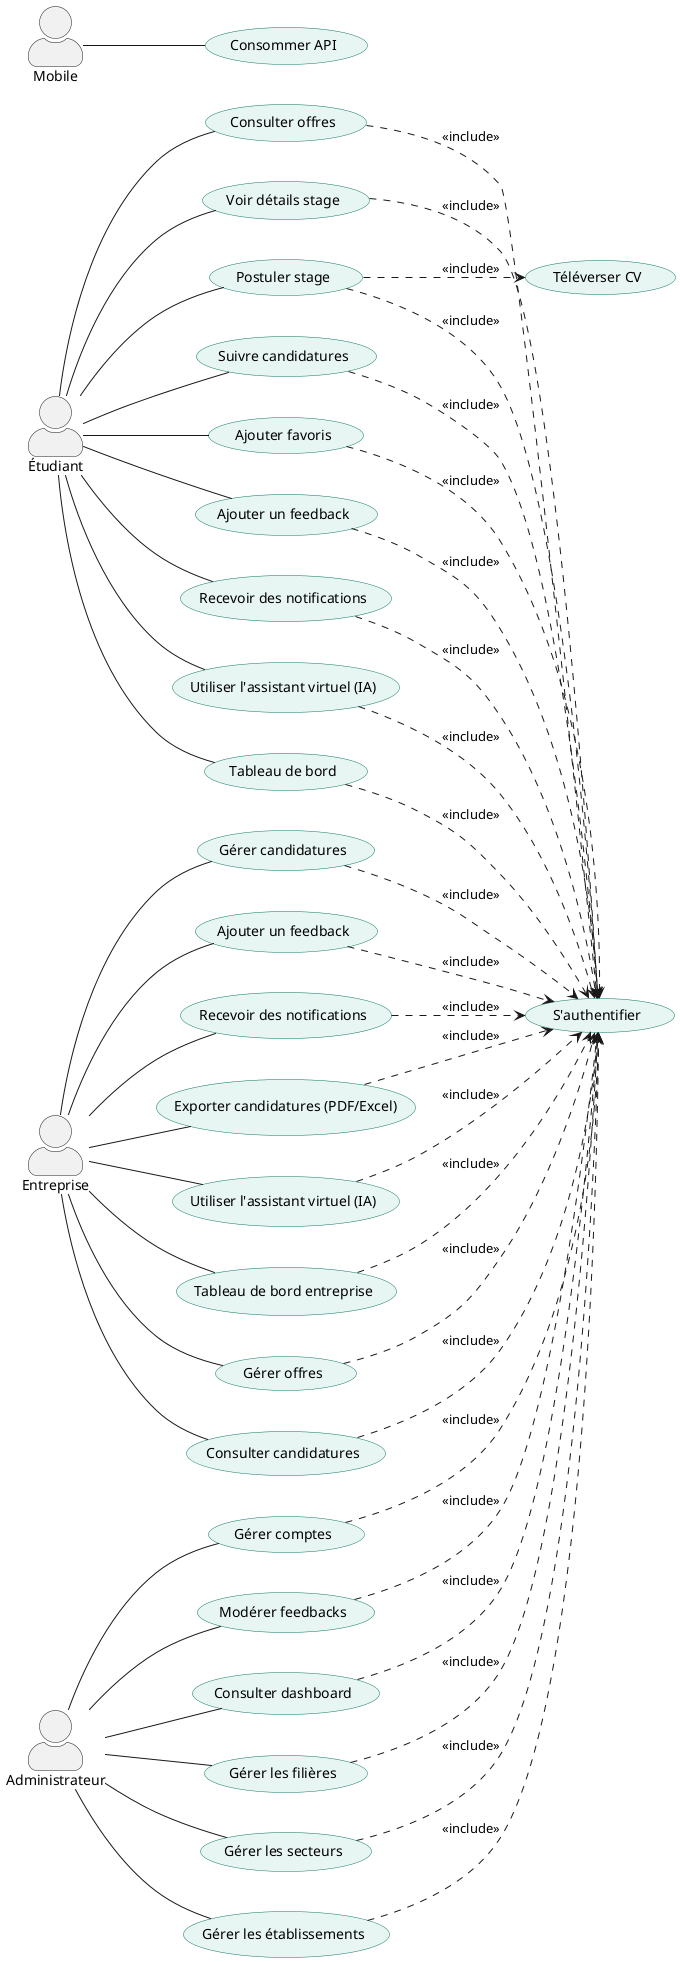
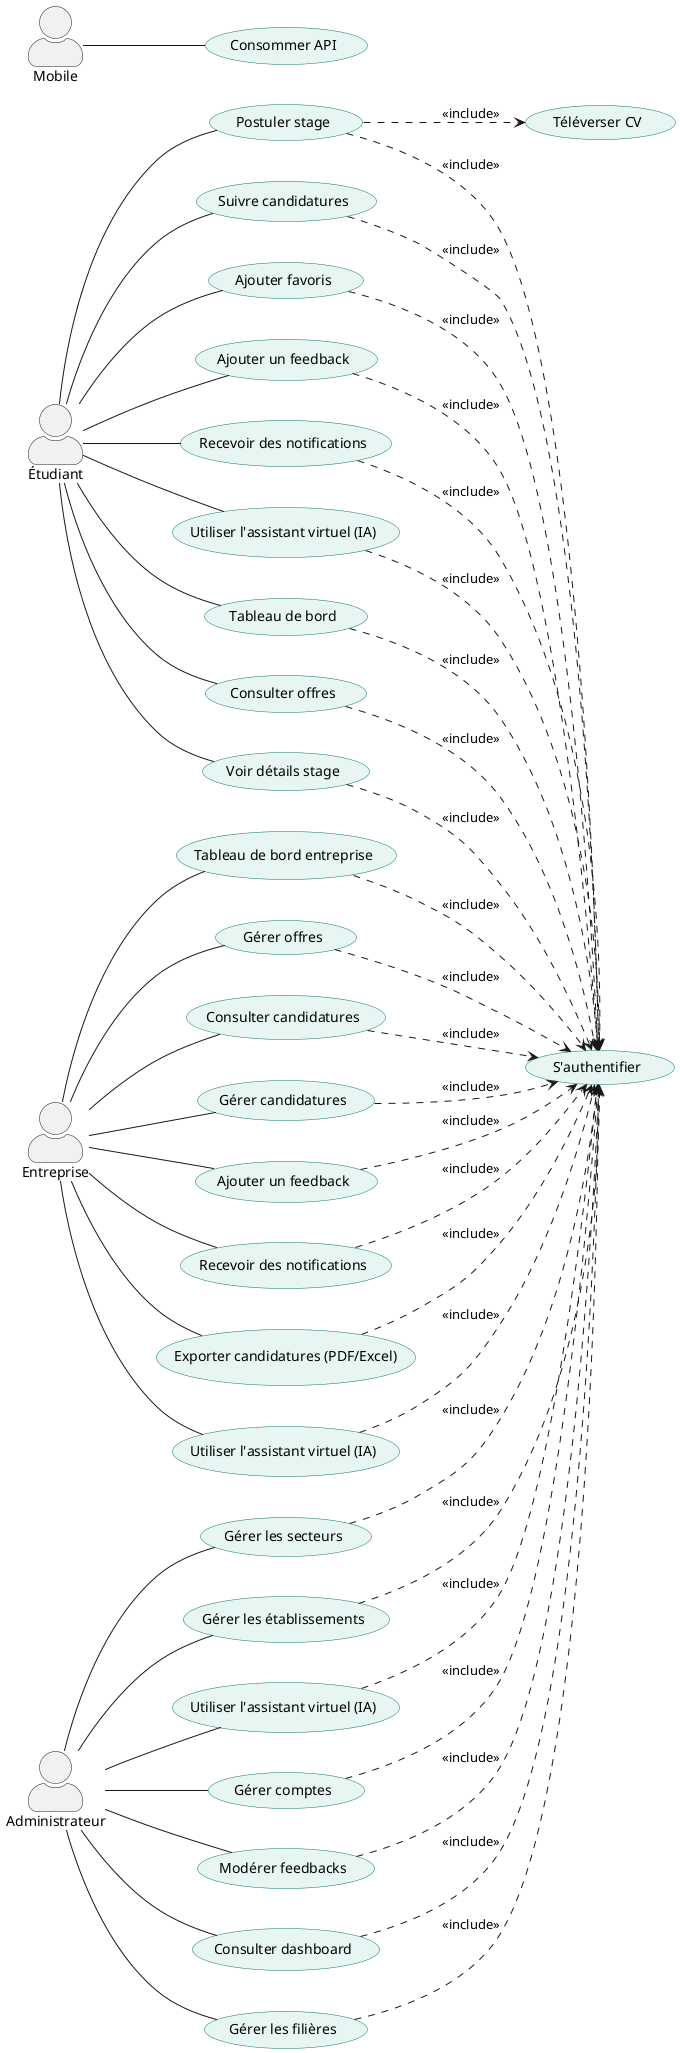
@startuml StageFlow_UseCase_Global
left to right direction
skinparam actorStyle awesome
skinparam shadowing false

skinparam usecase {
    BackgroundColor #E8F6F3
    BorderColor #117864
}

skinparam nodesep 40
skinparam ranksep 50


actor "Étudiant" as E
actor "Entreprise" as Ent
actor "Administrateur" as Admin
actor "Mobile" as Mob


'=====================
' Étudiant Use Cases
'=====================

usecase "Tableau de bord" as UC1
usecase "Consulter offres" as UC2
usecase "Voir détails stage" as UC3
usecase "Postuler stage" as UC4
usecase "Téléverser CV" as UC5
usecase "Suivre candidatures" as UC6
usecase "Ajouter favoris" as UC7
usecase "Ajouter un feedback" as UC8
usecase "Recevoir des notifications" as UC17
usecase "Utiliser l'assistant virtuel (IA)" as UC22


'=====================
' Entreprise Use Cases
'=====================

usecase "Tableau de bord entreprise" as UC9
usecase "Gérer offres" as UC10
usecase "Consulter candidatures" as UC11
usecase "Gérer candidatures" as UC12
usecase "Ajouter un feedback" as UC13
usecase "Recevoir des notifications" as UC18
usecase "Exporter candidatures (PDF/Excel)" as UC20
usecase "Utiliser l'assistant virtuel (IA)" as UC23


'=====================
' Admin Use Cases
'=====================

usecase "Gérer comptes" as UC14
usecase "Modérer feedbacks" as UC15
usecase "Consulter dashboard" as UC16
usecase "Gérer les filières" as UC24
usecase "Gérer les secteurs" as UC25
usecase "Gérer les établissements" as UC26
+ usecase "Utiliser l'assistant virtuel (IA)" as UC27


'=====================
' Mobile API
'=====================

usecase "Consommer API" as API


'=====================
' Authentification
'=====================

usecase "S'authentifier" as Auth


'=====================
' Relations Étudiant
'=====================

E -- UC1
E -- UC2
E -- UC3
E -- UC4
E -- UC6
E -- UC7
E -- UC8
E -- UC17
E -- UC22

UC4 ..> UC5 : <<include>>


'=====================
' Relations Entreprise
'=====================

Ent -- UC9
Ent -- UC10
Ent -- UC11
Ent -- UC12
Ent -- UC13
Ent -- UC18
Ent -- UC20
Ent -- UC23


'=====================
' Relations Admin
'=====================

Admin -- UC14
Admin -- UC15
Admin -- UC16
Admin -- UC24
Admin -- UC25
Admin -- UC26
+ Admin -- UC27


'=====================
' Mobile
'=====================

Mob -- API



'=====================
' Authentification includes
'=====================

UC1 ..> Auth : <<include>>
UC2 ..> Auth : <<include>>
UC3 ..> Auth : <<include>>
UC4 ..> Auth : <<include>>
UC6 ..> Auth : <<include>>
UC7 ..> Auth : <<include>>
UC8 ..> Auth : <<include>>
UC22 ..> Auth : <<include>>

UC9 ..> Auth : <<include>>
UC10 ..> Auth : <<include>>
UC11 ..> Auth : <<include>>
UC12 ..> Auth : <<include>>
UC13 ..> Auth : <<include>>
UC23 ..> Auth : <<include>>

UC14 ..> Auth : <<include>>
UC15 ..> Auth : <<include>>
UC16 ..> Auth : <<include>>

UC17 ..> Auth : <<include>>
UC18 ..> Auth : <<include>>
UC20 ..> Auth : <<include>>
UC24 ..> Auth : <<include>>
UC25 ..> Auth : <<include>>
UC26 ..> Auth : <<include>>
+ UC27 ..> Auth : <<include>>

@enduml